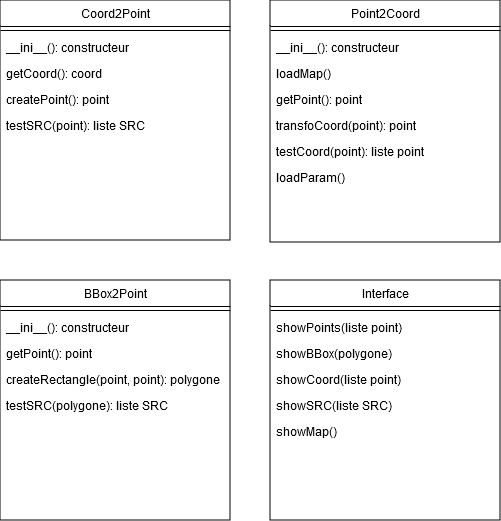
leonielrx/ProjetInfo_DoGeo keeps this draw.io diagram as diag_classe_plugin.png. Above is the earlier version. Source tidied: cells renumbered, new cells last; positions are measured from the earlier drawing's top-left corner, leaving out a move shared by most shapes.
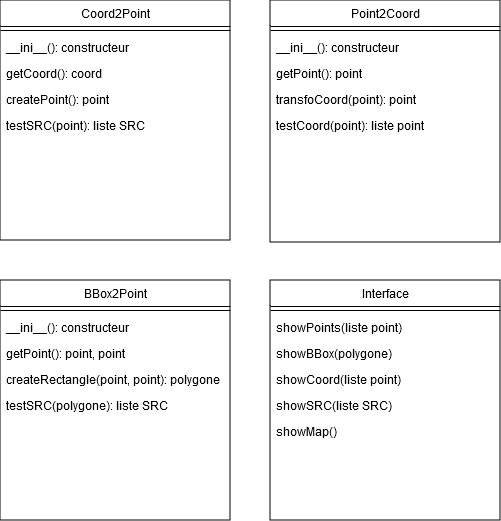
After the change.

Commit message:
Mettre à jour diag_classe_plugin.png

The edit, as a diff of the source:
```diff
@@ -11,21 +11,15 @@
     <mxCell id="4" value="__ini__(): constructeur" style="text;align=left;verticalAlign=top;spacingLeft=4;spacingRight=4;overflow=hidden;" parent="2" vertex="1">
       <mxGeometry y="34" width="230" height="26" as="geometry" />
     </mxCell>
-    <mxCell id="5" value="loadMap()" style="text;align=left;verticalAlign=top;spacingLeft=4;spacingRight=4;overflow=hidden;" parent="2" vertex="1">
-      <mxGeometry y="60" width="230" height="26" as="geometry" />
-    </mxCell>
     <mxCell id="6" value="getPoint(): point" style="text;align=left;verticalAlign=top;spacingLeft=4;spacingRight=4;overflow=hidden;" parent="2" vertex="1">
-      <mxGeometry y="86" width="230" height="26" as="geometry" />
+      <mxGeometry y="60" width="230" height="26" as="geometry" />
     </mxCell>
     <mxCell id="7" value="transfoCoord(point): point" style="text;align=left;verticalAlign=top;spacingLeft=4;spacingRight=4;overflow=hidden;" parent="2" vertex="1">
-      <mxGeometry y="112" width="230" height="26" as="geometry" />
+      <mxGeometry y="86" width="230" height="26" as="geometry" />
     </mxCell>
     <mxCell id="8" value="testCoord(point): liste point" style="text;align=left;verticalAlign=top;spacingLeft=4;spacingRight=4;overflow=hidden;" parent="2" vertex="1">
-      <mxGeometry y="138" width="230" height="26" as="geometry" />
+      <mxGeometry y="112" width="230" height="26" as="geometry" />
     </mxCell>
-    <mxCell id="9" value="loadParam()" style="text;align=left;verticalAlign=top;spacingLeft=4;spacingRight=4;overflow=hidden;" parent="2" vertex="1">
-      <mxGeometry y="164" width="230" height="26" as="geometry" />
-    </mxCell>
     <mxCell id="10" value="Coord2Point" style="swimlane;fontStyle=0;align=center;verticalAlign=top;horizontal=1;startSize=26;rounded=0;shadow=0;strokeWidth=1;" parent="1" vertex="1">
       <mxGeometry width="230" height="240" as="geometry" />
     </mxCell>
@@ -53,7 +47,7 @@
     <mxCell id="18" value="__ini__(): constructeur" style="text;align=left;verticalAlign=top;spacingLeft=4;spacingRight=4;overflow=hidden;" parent="16" vertex="1">
       <mxGeometry y="34" width="230" height="26" as="geometry" />
     </mxCell>
-    <mxCell id="19" value="getPoint(): point" style="text;align=left;verticalAlign=top;spacingLeft=4;spacingRight=4;overflow=hidden;" parent="16" vertex="1">
+    <mxCell id="19" value="getPoint(): point, point" style="text;align=left;verticalAlign=top;spacingLeft=4;spacingRight=4;overflow=hidden;" parent="16" vertex="1">
       <mxGeometry y="60" width="230" height="26" as="geometry" />
     </mxCell>
     <mxCell id="20" value="createRectangle(point, point): polygone" style="text;align=left;verticalAlign=top;spacingLeft=4;spacingRight=4;overflow=hidden;" parent="16" vertex="1">
```
